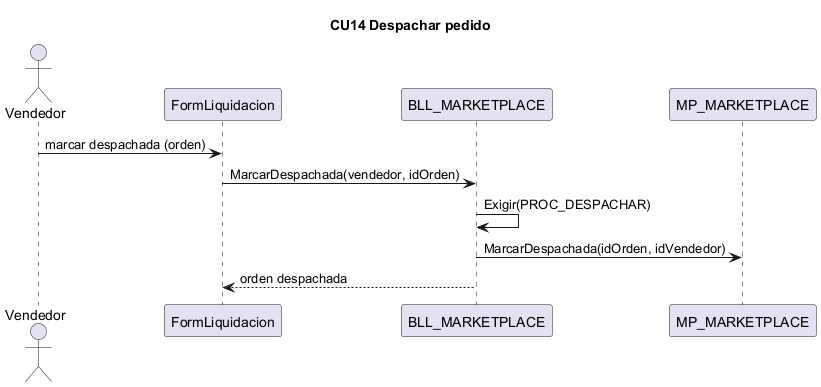
Before: docs/diagramas/secuencias_png/CU14.png, a diagram exported from PlantUML (L-Muniz/uai-diploma_2026). Its diagram source:
```plantuml
@startuml CU14
title CU14 Despachar pedido
actor Vendedor
participant "FormLiquidacion" as IU
participant "BLL_MARKETPLACE" as BLL
participant "MP_MARKETPLACE" as DAL
Vendedor -> IU : marcar despachada (orden)
IU -> BLL : MarcarDespachada(vendedor, idOrden)
BLL -> BLL : Exigir(PROC_DESPACHAR)
BLL -> DAL : MarcarDespachada(idOrden, idVendedor)
BLL --> IU : orden despachada
@enduml
```
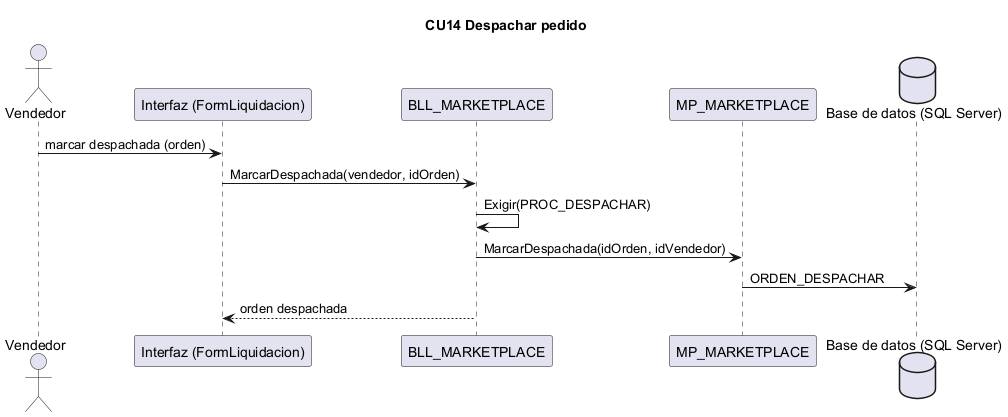
The same diagram one commit later.

What changed in the source:
```diff
@@ -1,12 +1,14 @@
 @startuml CU14
 title CU14 Despachar pedido
 actor Vendedor
-participant "FormLiquidacion" as IU
+participant "Interfaz (FormLiquidacion)" as IU
 participant "BLL_MARKETPLACE" as BLL
 participant "MP_MARKETPLACE" as DAL
+database "Base de datos (SQL Server)" as BD
 Vendedor -> IU : marcar despachada (orden)
 IU -> BLL : MarcarDespachada(vendedor, idOrden)
 BLL -> BLL : Exigir(PROC_DESPACHAR)
 BLL -> DAL : MarcarDespachada(idOrden, idVendedor)
+DAL -> BD : ORDEN_DESPACHAR
 BLL --> IU : orden despachada
 @enduml
```
